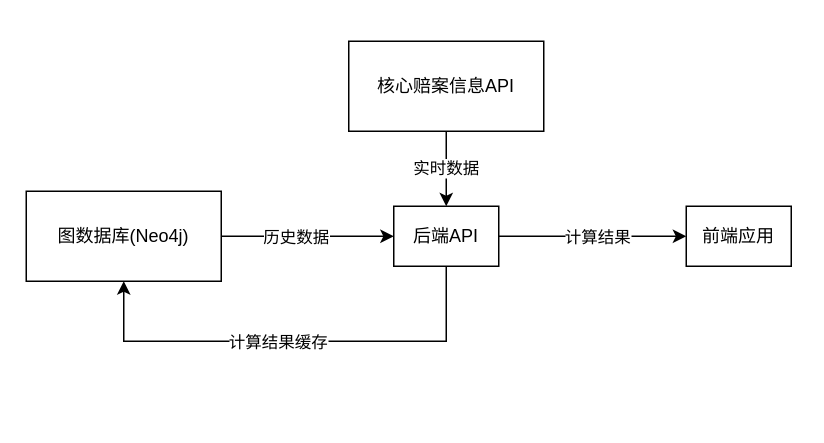
This is page "理赔 数据流向图" (6 of 7) of 太平/taiping-arch.drawio from XiaoLiuAI/diagrams, a draw.io file, before an edit. Source tidied: cells renumbered, new cells numbered last; positions are measured from the earlier drawing's top-left corner, leaving out a move shared by most shapes. Both pictures are drawn from the tidied source at 150%, with x=0, y=0 at pixel (26, 40).
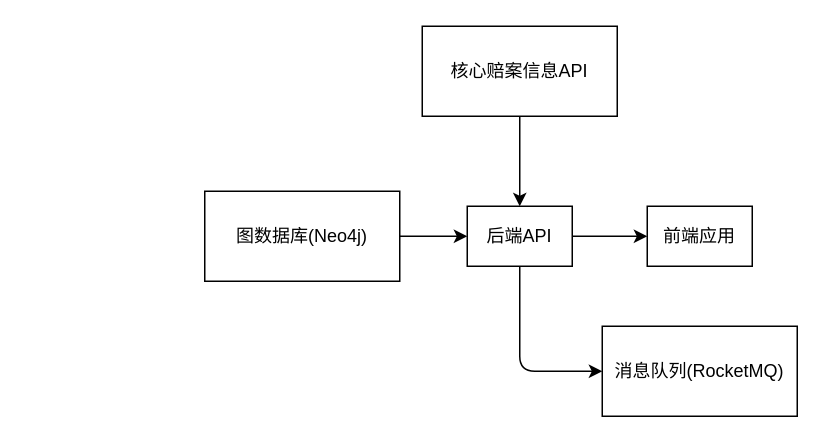
The same diagram, later.

Diff of the diagram source:
```diff
@@
 <mxGraphModel>
   <root>
     <mxCell id="0" />
     <mxCell id="1" parent="0" />
     <mxCell id="2" value="图数据库(Neo4j)" style="rounded=0;whiteSpace=wrap;html=1;" parent="1" vertex="1">
-      <mxGeometry y="100" width="130" height="60" as="geometry" />
+      <mxGeometry x="119" y="100" width="130" height="60" as="geometry" />
     </mxCell>
-    <mxCell id="3" style="edgeStyle=orthogonalEdgeStyle;rounded=0;jettySize=auto;html=1;entryX=0.5;entryY=1;entryDx=0;entryDy=0;" parent="1" edge="1" source="5" target="2">
-      <mxGeometry relative="1" as="geometry">
-        <Array as="points">
-          <mxPoint x="280" y="200" />
-          <mxPoint x="65" y="200" />
-        </Array>
-      </mxGeometry>
-    </mxCell>
-    <mxCell id="4" value="计算结果缓存" style="edgeLabel;html=1;align=center;verticalAlign=middle;" parent="3" vertex="1">
-      <mxGeometry x="-0.06" relative="1" as="geometry">
-        <mxPoint x="-20" as="offset" />
-      </mxGeometry>
-    </mxCell>
     <mxCell id="5" value="后端API" style="rounded=0;whiteSpace=wrap;html=1;" parent="1" vertex="1">
-      <mxGeometry x="245" y="110" width="70" height="40" as="geometry" />
+      <mxGeometry x="294" y="110" width="70" height="40" as="geometry" />
     </mxCell>
     <mxCell id="6" style="endArrow=classic;html=1;entryX=0;entryY=0.5;entryDx=0;entryDy=0;exitX=1;exitY=0.5;exitDx=0;exitDy=0;" parent="1" edge="1" source="2" target="5">
       <mxGeometry relative="1" as="geometry" />
     </mxCell>
-    <mxCell id="7" value="历史数据" style="edgeLabel;html=1;align=center;verticalAlign=middle;" parent="6" vertex="1">
-      <mxGeometry x="-0.02" y="-2" relative="1" as="geometry">
-        <mxPoint x="-7" y="-2" as="offset" />
-      </mxGeometry>
-    </mxCell>
     <mxCell id="8" value="前端应用" style="rounded=0;whiteSpace=wrap;html=1;" parent="1" vertex="1">
-      <mxGeometry x="440" y="110" width="70" height="40" as="geometry" />
+      <mxGeometry x="414" y="110" width="70" height="40" as="geometry" />
     </mxCell>
     <mxCell id="9" style="endArrow=classic;html=1;entryX=0;entryY=0.5;entryDx=0;entryDy=0;exitX=1;exitY=0.5;exitDx=0;exitDy=0;" parent="1" edge="1" source="5" target="8">
       <mxGeometry relative="1" as="geometry" />
     </mxCell>
-    <mxCell id="10" value="计算结果" style="edgeLabel;html=1;align=center;verticalAlign=middle;" parent="9" vertex="1">
-      <mxGeometry x="-0.12" y="3" relative="1" as="geometry">
-        <mxPoint x="10" y="3" as="offset" />
-      </mxGeometry>
-    </mxCell>
+    <mxCell id="13" value="消息队列(RocketMQ)" style="rounded=0;whiteSpace=wrap;html=1;" parent="1" vertex="1">
+      <mxGeometry x="384" y="190" width="130" height="60" as="geometry" />
+    </mxCell>
+    <mxCell id="14" style="edgeStyle=segmentEdgeStyle;endArrow=classic;html=1;entryX=0;entryY=0.5;entryDx=0;entryDy=0;exitX=0.5;exitY=1;exitDx=0;exitDy=0;" parent="1" edge="1" source="5" target="13">
+      <mxGeometry relative="1" as="geometry">
+        <Array as="points">
+          <mxPoint x="329" y="220" />
+        </Array>
+      </mxGeometry>
+    </mxCell>
     <mxCell id="11" value="核心赔案信息API" style="rounded=0;whiteSpace=wrap;html=1;" parent="1" vertex="1">
-      <mxGeometry x="215" width="130" height="60" as="geometry" />
+      <mxGeometry x="264" y="-10" width="130" height="60" as="geometry" />
     </mxCell>
-    <mxCell id="12" value="实时数据" style="endArrow=classic;html=1;rounded=0;entryX=0.5;entryY=0;entryDx=0;entryDy=0;exitX=0.5;exitY=1;exitDx=0;exitDy=0;" parent="1" edge="1" source="11" target="5">
+    <mxCell id="12" style="endArrow=classic;html=1;rounded=0;entryX=0.5;entryY=0;entryDx=0;entryDy=0;exitX=0.5;exitY=1;exitDx=0;exitDy=0;" parent="1" edge="1" source="11" target="5">
       <mxGeometry relative="1" as="geometry" />
     </mxCell>
   </root>
 </mxGraphModel>
```
